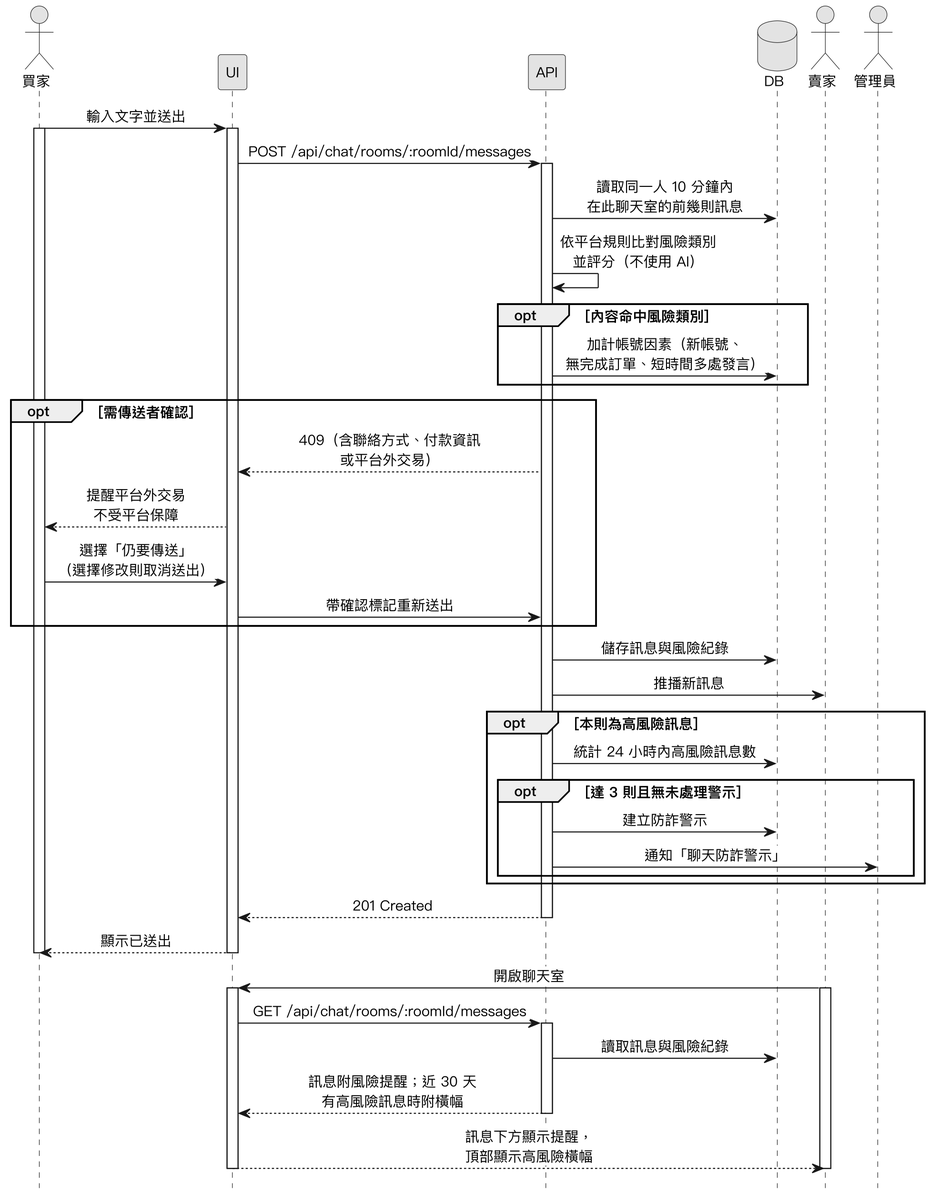
Above: Diagrams/Sequence Diagrams/v3/seq_chat_risk.png in SaveMyBook/SaveMyBook (PlantUML), before the change.
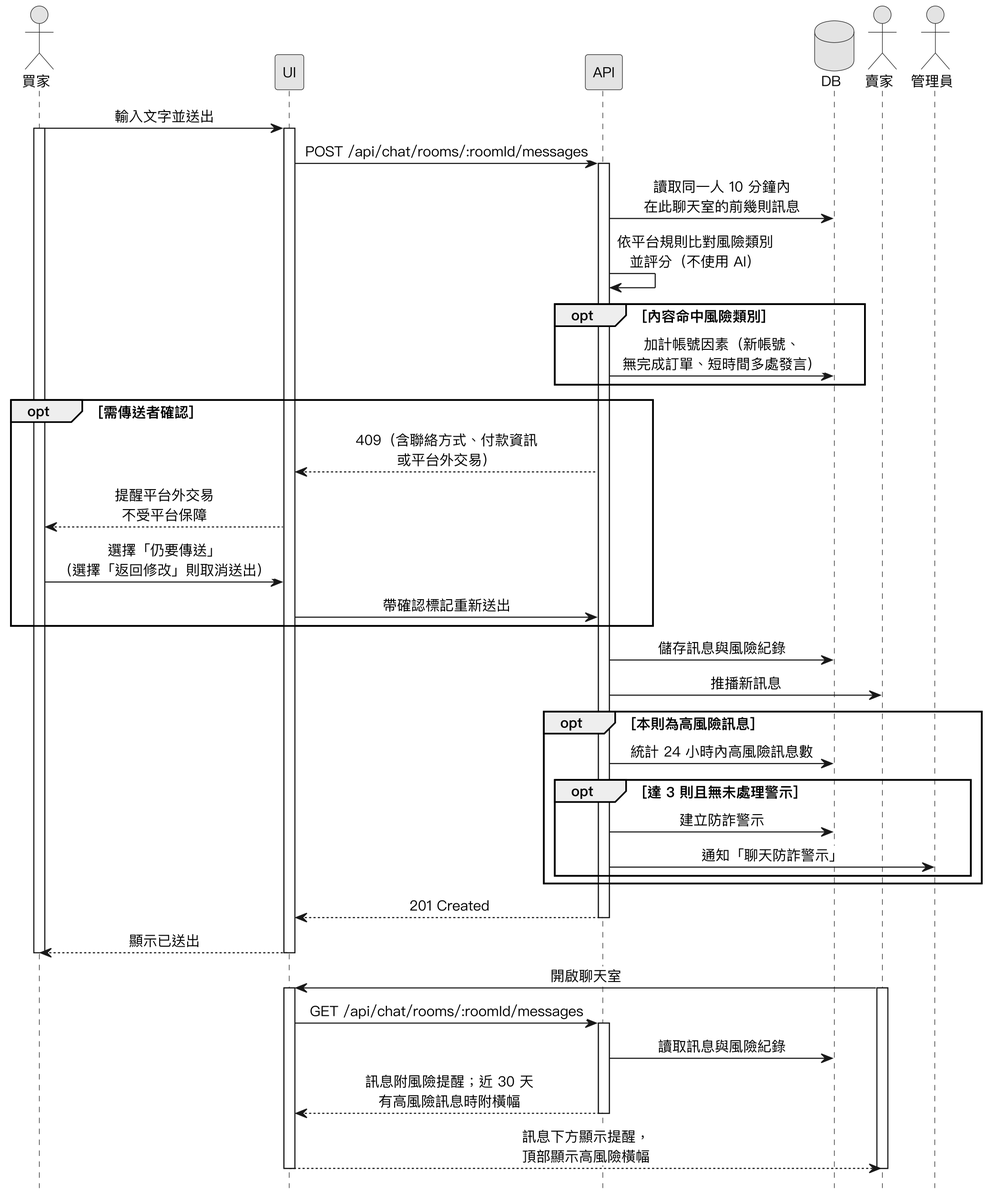
Later version of the same file.

The edit, as a diff of the source:
```diff
@@ -28,7 +28,7 @@
 opt 需傳送者確認
   API --> UI : 409（含聯絡方式、付款資訊\n或平台外交易）
   UI --> 買家 : 提醒平台外交易\n不受平台保障
-  買家 -> UI : 選擇「仍要傳送」\n（選擇修改則取消送出）
+  買家 -> UI : 選擇「仍要傳送」\n（選擇「返回修改」則取消送出）
   UI -> API : 帶確認標記重新送出
 end
 API -> DB : 儲存訊息與風險紀錄
```
